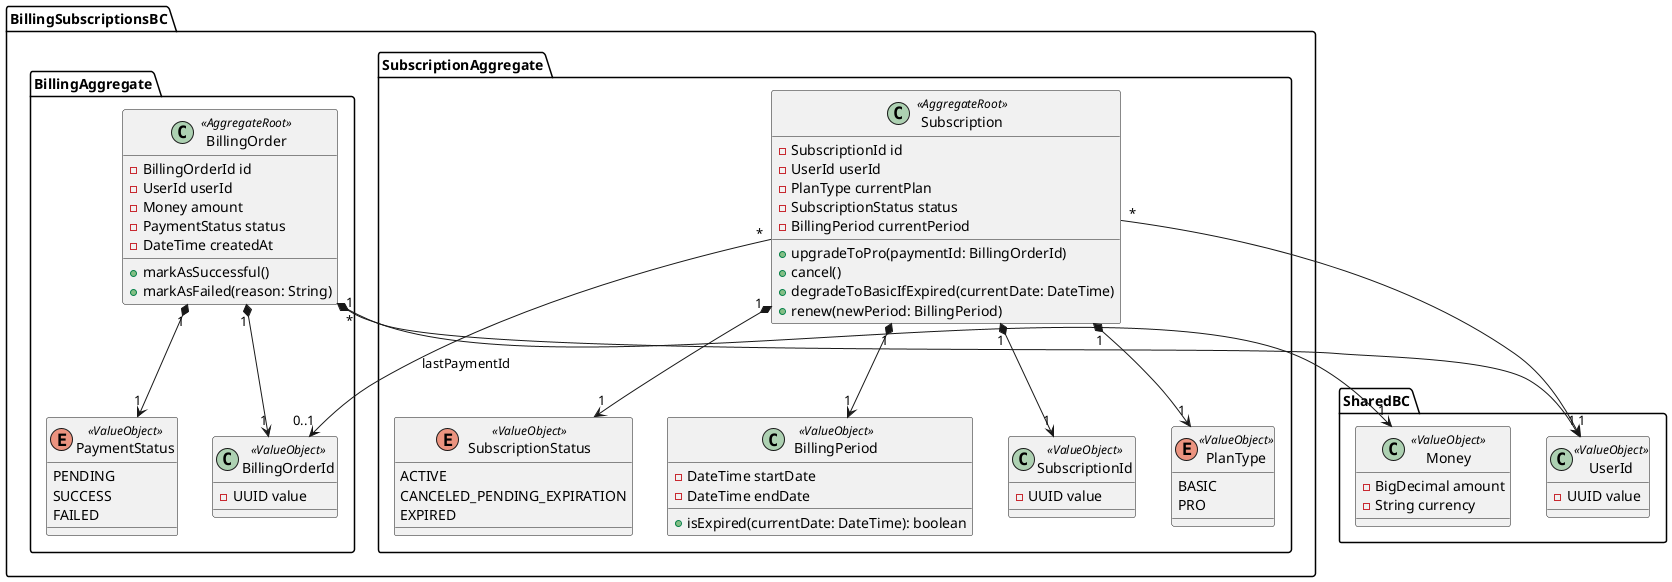
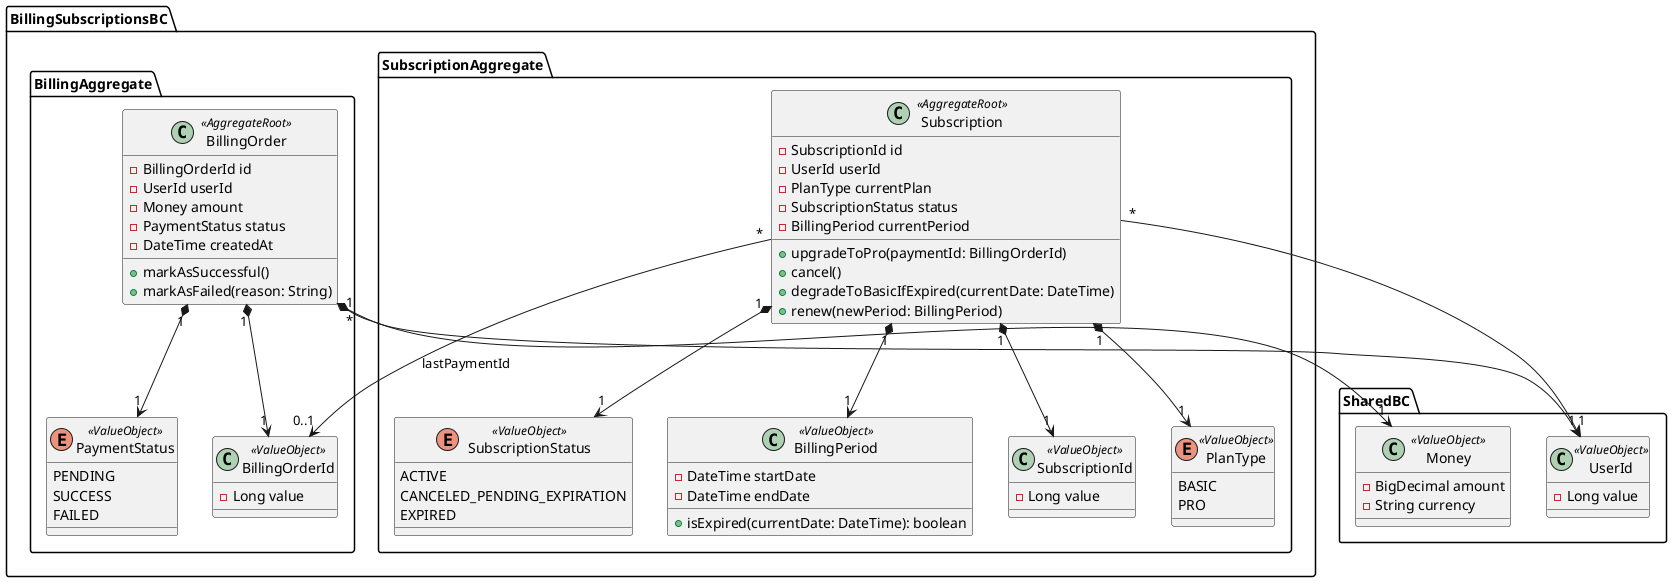
@startuml "Class Diagram - Contexto de Suscripciones y Facturación"

package BillingSubscriptionsBC {

    package SubscriptionAggregate {
        class Subscription <<AggregateRoot>> {
            - SubscriptionId id
            - UserId userId
            - PlanType currentPlan
            - SubscriptionStatus status
            - BillingPeriod currentPeriod
            + upgradeToPro(paymentId: BillingOrderId)
            + cancel()
            + degradeToBasicIfExpired(currentDate: DateTime)
            + renew(newPeriod: BillingPeriod)
        }

        class SubscriptionId <<ValueObject>> {
-             - UUID value
+             - Long value
        }

        enum PlanType <<ValueObject>> {
            BASIC
            PRO
        }

        enum SubscriptionStatus <<ValueObject>> {
            ACTIVE
            CANCELED_PENDING_EXPIRATION
            EXPIRED
        }

        class BillingPeriod <<ValueObject>> {
            - DateTime startDate
            - DateTime endDate
            + isExpired(currentDate: DateTime): boolean
        }
    }

    package BillingAggregate {
        class BillingOrder <<AggregateRoot>> {
            - BillingOrderId id
            - UserId userId
            - Money amount
            - PaymentStatus status
            - DateTime createdAt
            + markAsSuccessful()
            + markAsFailed(reason: String)
        }

        class BillingOrderId <<ValueObject>> {
-             - UUID value
+             - Long value
        }

        enum PaymentStatus <<ValueObject>> {
            PENDING
            SUCCESS
            FAILED
        }
    }
}

package SharedBC {
    class UserId <<ValueObject>> {
-         - UUID value
+         - Long value
    }
    class Money <<ValueObject>> {
        - BigDecimal amount
        - String currency
    }
}

' Relaciones estructurales de Subscription
Subscription "1" *--> "1" SubscriptionId
Subscription "1" *--> "1" PlanType
Subscription "1" *--> "1" SubscriptionStatus
Subscription "1" *--> "1" BillingPeriod

' Relaciones estructurales de BillingOrder
BillingOrder "1" *--> "1" BillingOrderId
BillingOrder "1" *--> "1" PaymentStatus

' Relaciones con el Shared Kernel
Subscription "*" --> "1" UserId
BillingOrder "*" --> "1" UserId
BillingOrder "1" *--> "1" Money

' Relacion entre agregados (Por ID, regla estricta de DDD)
Subscription "*" --> "0..1" BillingOrderId : "lastPaymentId"

@enduml